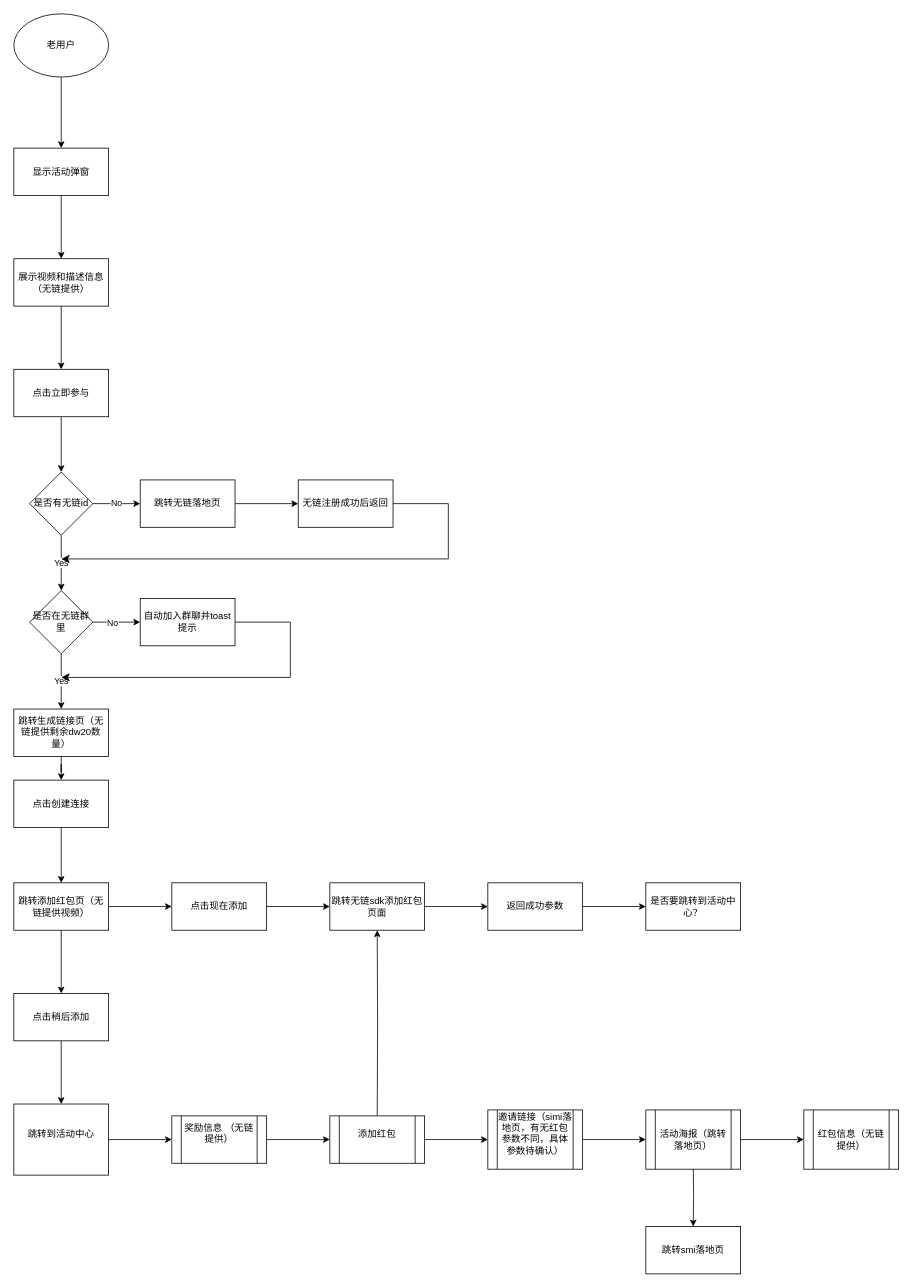
Earlier version of the draw.io diagram 未命名绘图.drawio (liylmn/drawio). Source tidied: cells renumbered, new cells numbered last; positions are measured from the earlier drawing's top-left corner, leaving out a move shared by most shapes. Both pictures are drawn from the tidied source at 79%, with x=0, y=0 at pixel (13, 13).
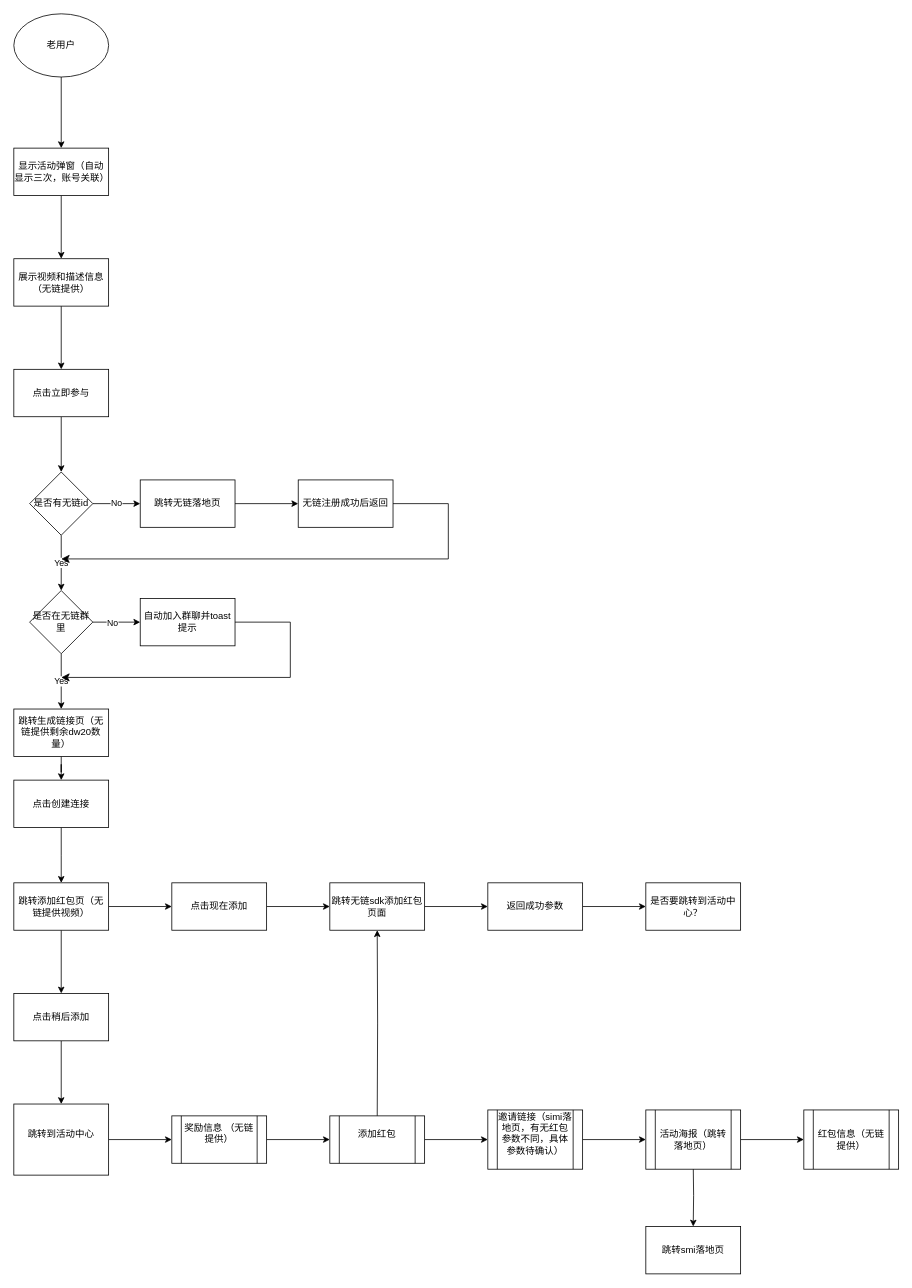
Above is the later version.

Commit message (it also covers changes not shown here):
红包老用户.drawio

The edit, as a diff of the source:
```diff
@@
-    <mxCell id="5" value="显示活动弹窗" style="whiteSpace=wrap;html=1;" parent="1" vertex="1">
+    <mxCell id="5" value="显示活动弹窗（自动显示三次，账号关联）" style="whiteSpace=wrap;html=1;" parent="1" vertex="1">
       <mxGeometry y="170" width="120" height="60" as="geometry" />
     </mxCell>
```
